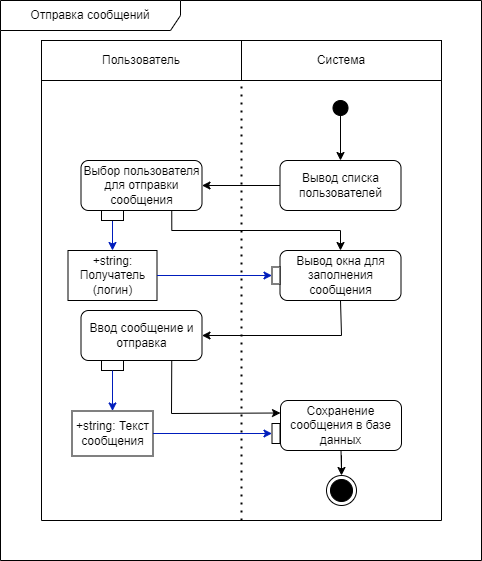
This is docs/activity_diagrams/отправка сообщения.png from AS2/habrolink, a draw.io export, as it was before one commit. Source tidied: cells renumbered, new cells last; positions are measured from the earlier drawing's top-left corner, leaving out a move shared by most shapes.
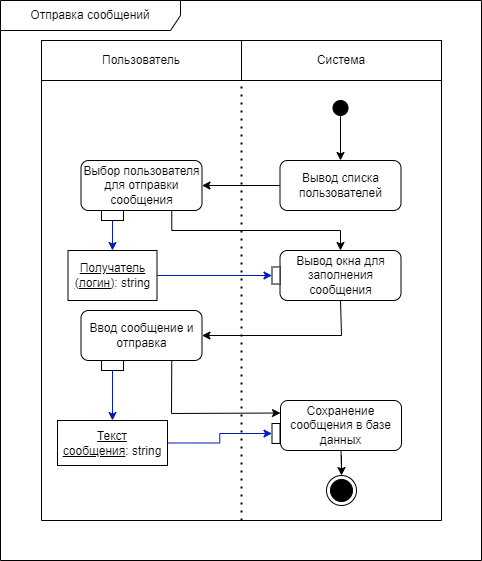
The same diagram one commit later.

What changed in the source:
```diff
@@ -93,13 +93,13 @@
     <mxCell id="24" style="endArrow=classic;html=1;rounded=0;exitX=0.5;exitY=1;exitDx=0;exitDy=0;fillColor=#0050ef;strokeColor=#001DBC;edgeStyle=orthogonalEdgeStyle;" parent="1" edge="1" source="23" target="25">
       <mxGeometry relative="1" as="geometry" />
     </mxCell>
-    <mxCell id="25" value="+string: Текст сообщения" style="rounded=0;whiteSpace=wrap;html=1;" parent="1" vertex="1">
-      <mxGeometry x="71.5" y="410.5" width="81" height="45" as="geometry" />
+    <mxCell id="25" value="&lt;u&gt;Текст сообщения&lt;/u&gt;:&amp;nbsp;string" style="rounded=0;whiteSpace=wrap;html=1;" parent="1" vertex="1">
+      <mxGeometry x="57" y="420" width="110" height="45" as="geometry" />
     </mxCell>
     <mxCell id="26" style="endArrow=classic;html=1;rounded=0;fillColor=#0050ef;strokeColor=#001DBC;edgeStyle=orthogonalEdgeStyle;entryX=0;entryY=0.5;entryDx=0;entryDy=0;" parent="1" edge="1" source="25" target="22">
       <mxGeometry relative="1" as="geometry" />
     </mxCell>
-    <mxCell id="27" value="+string: Получатель (логин)" style="rounded=0;whiteSpace=wrap;html=1;" parent="1" vertex="1">
+    <mxCell id="27" value="&lt;u&gt;Получатель (логин)&lt;/u&gt;:&amp;nbsp;string" style="rounded=0;whiteSpace=wrap;html=1;" parent="1" vertex="1">
       <mxGeometry x="67.5" y="250" width="89" height="50" as="geometry" />
     </mxCell>
     <mxCell id="28" style="endArrow=classic;html=1;rounded=0;fillColor=#0050ef;strokeColor=#001DBC;edgeStyle=orthogonalEdgeStyle;exitX=0.5;exitY=1;exitDx=0;exitDy=0;entryX=0.5;entryY=0;entryDx=0;entryDy=0;" parent="1" edge="1" source="29" target="27">
```
